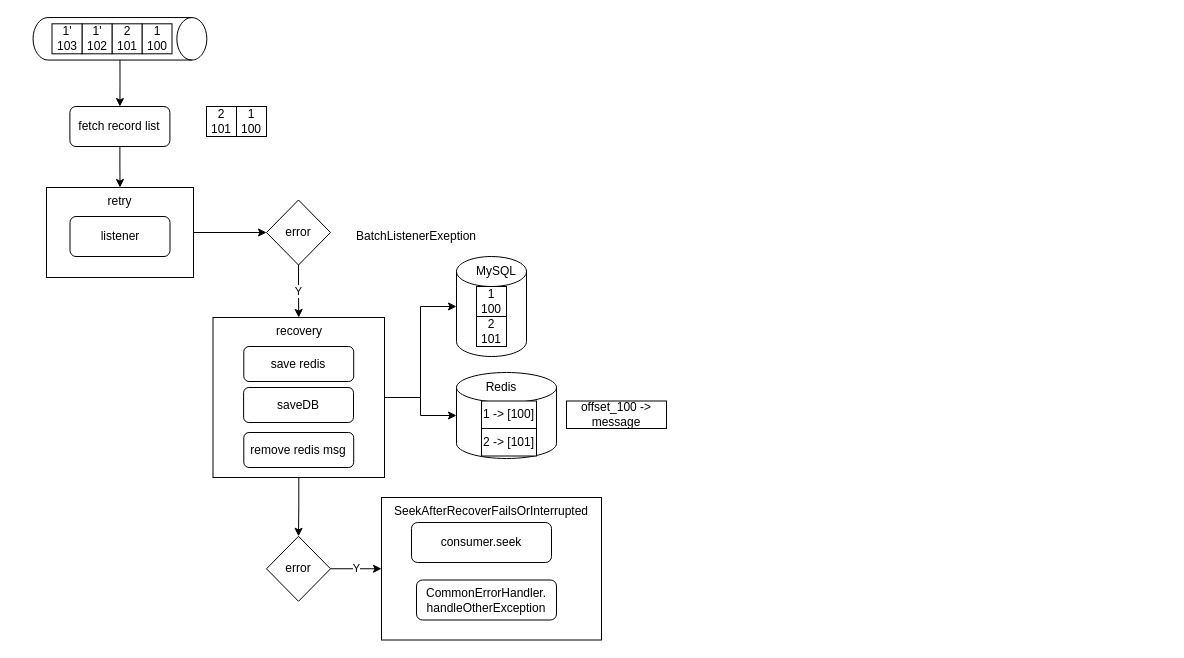
This is techlab/kafka message handler.drawio from qiufang1314/drawio, a draw.io file, before an edit. Source tidied: cells renumbered, new cells numbered last; positions are measured from the earlier drawing's top-left corner, leaving out a move shared by most shapes. Both pictures are drawn from the tidied source at 100%, with x=0, y=0 at pixel (46, -49).
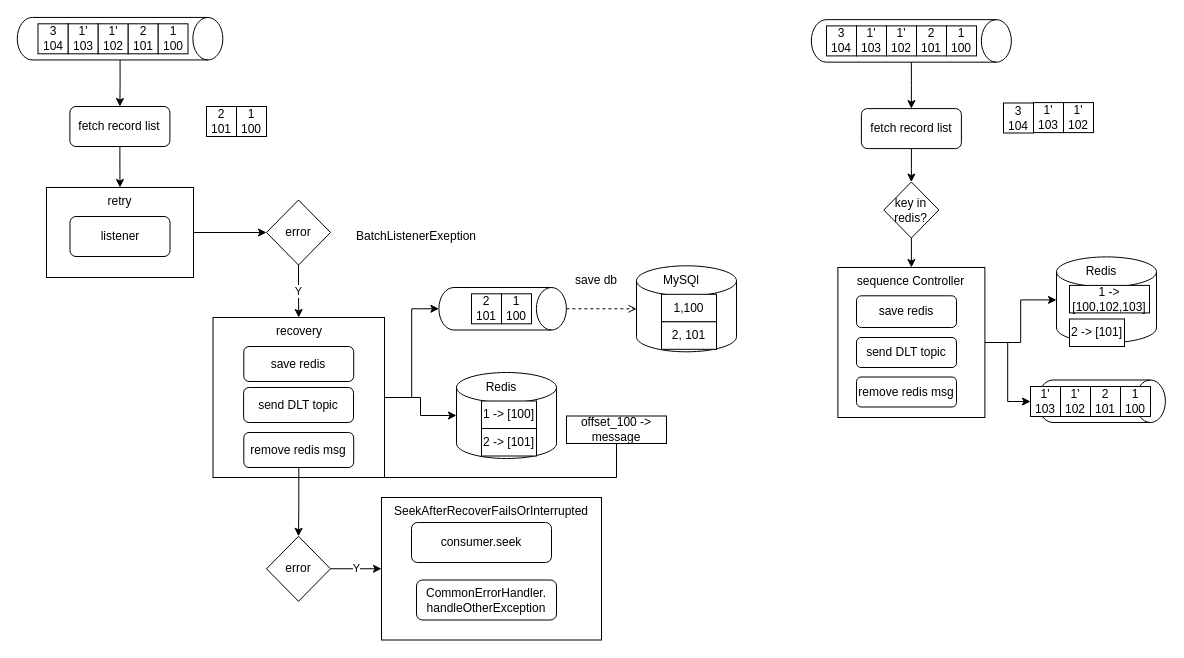
Above is the later version.

Unchanged cells that the change refers to:
```xml
<mxCell id="18" value="recovery" style="rounded=0;whiteSpace=wrap;html=1;verticalAlign=top;" parent="1" vertex="1">
  <mxGeometry x="166.5" y="366" width="171.5" height="160" as="geometry" />
</mxCell>
<mxCell id="37" value="remove redis msg" style="rounded=1;whiteSpace=wrap;html=1;" parent="1" vertex="1">
  <mxGeometry x="197.3" y="481" width="109.9" height="35" as="geometry" />
</mxCell>
```

What changed in the source:
```diff
@@
     <mxCell id="3" style="shape=cylinder3;whiteSpace=wrap;html=1;boundedLbl=1;backgroundOutline=1;size=15;rotation=90;" parent="1" vertex="1">
-      <mxGeometry x="52.2" y="0.4" width="42.5" height="173.8" as="geometry" />
+      <mxGeometry x="52.3" y="-15.6" width="42.5" height="205.6" as="geometry" />
     </mxCell>
     <mxCell id="4" value="1&lt;div&gt;100&lt;/div&gt;" style="rounded=0;whiteSpace=wrap;html=1;" parent="1" vertex="1">
-      <mxGeometry x="95.5" y="72.3" width="30" height="30" as="geometry" />
+      <mxGeometry x="111.5" y="72.3" width="30" height="30" as="geometry" />
     </mxCell>
     <mxCell id="5" value="2&lt;br&gt;&lt;div&gt;101&lt;/div&gt;" style="rounded=0;whiteSpace=wrap;html=1;" parent="1" vertex="1">
-      <mxGeometry x="65.5" y="72.3" width="30" height="30" as="geometry" />
+      <mxGeometry x="81.5" y="72.3" width="30" height="30" as="geometry" />
     </mxCell>
     <mxCell id="6" value="1'&lt;br&gt;&lt;div&gt;102&lt;/div&gt;" style="rounded=0;whiteSpace=wrap;html=1;" parent="1" vertex="1">
-      <mxGeometry x="35.5" y="72.3" width="30" height="30" as="geometry" />
+      <mxGeometry x="51.5" y="72.3" width="30" height="30" as="geometry" />
     </mxCell>
     <mxCell id="7" value="1'&lt;br&gt;&lt;div&gt;103&lt;/div&gt;" style="rounded=0;whiteSpace=wrap;html=1;" parent="1" vertex="1">
-      <mxGeometry x="5.5" y="72.3" width="30" height="30" as="geometry" />
+      <mxGeometry x="21.5" y="72.3" width="30" height="30" as="geometry" />
     </mxCell>
@@
-    <mxCell id="10" style="shape=cylinder3;whiteSpace=wrap;html=1;boundedLbl=1;backgroundOutline=1;size=15;" parent="1" vertex="1">
-      <mxGeometry x="410" y="305" width="70" height="100" as="geometry" />
-    </mxCell>
@@
-    <mxCell id="16" style="edgeStyle=orthogonalEdgeStyle;rounded=0;jettySize=auto;html=1;" parent="1" edge="1" source="18" target="10">
-      <mxGeometry relative="1" as="geometry" />
-    </mxCell>
@@
-    <mxCell id="19" value="saveDB" style="rounded=1;whiteSpace=wrap;html=1;" parent="1" vertex="1">
+    <mxCell id="19" value="send DLT topic" style="rounded=1;whiteSpace=wrap;html=1;" parent="1" vertex="1">
       <mxGeometry x="197.1" y="436" width="109.9" height="35" as="geometry" />
     </mxCell>
@@
-    <mxCell id="23" value="1&lt;div&gt;100&lt;/div&gt;" style="rounded=0;whiteSpace=wrap;html=1;" parent="1" vertex="1">
-      <mxGeometry x="430" y="335" width="30" height="30" as="geometry" />
-    </mxCell>
-    <mxCell id="24" value="2&lt;br&gt;&lt;div&gt;101&lt;/div&gt;" style="rounded=0;whiteSpace=wrap;html=1;" parent="1" vertex="1">
-      <mxGeometry x="430" y="365" width="30" height="30" as="geometry" />
-    </mxCell>
@@
-    <mxCell id="31" value="MySQL" style="text;html=1;align=center;verticalAlign=middle;whiteSpace=wrap;rounded=0;" parent="1" vertex="1">
-      <mxGeometry x="420" y="305" width="60" height="30" as="geometry" />
-    </mxCell>
@@
+    <mxCell id="39" style="edgeStyle=orthogonalEdgeStyle;rounded=0;jettySize=auto;html=1;entryX=0.5;entryY=1;entryDx=0;entryDy=0;" parent="1" edge="1" source="37" target="38">
+      <mxGeometry relative="1" as="geometry">
+        <Array as="points">
+          <mxPoint x="252" y="526" />
+          <mxPoint x="570" y="526" />
+          <mxPoint x="570" y="481" />
+        </Array>
+      </mxGeometry>
+    </mxCell>
@@
     <mxCell id="38" value="offset_100 -&amp;gt; message" style="rounded=0;whiteSpace=wrap;html=1;" parent="1" vertex="1">
-      <mxGeometry x="520" y="449.5" width="100" height="27.5" as="geometry" />
+      <mxGeometry x="520" y="464.5" width="100" height="27.5" as="geometry" />
     </mxCell>
+    <mxCell id="40" style="edgeStyle=orthogonalEdgeStyle;rounded=0;jettySize=auto;html=1;entryX=0.5;entryY=0;entryDx=0;entryDy=0;" parent="1" edge="1" source="41" target="49">
+      <mxGeometry relative="1" as="geometry" />
+    </mxCell>
+    <mxCell id="41" style="shape=cylinder3;whiteSpace=wrap;html=1;boundedLbl=1;backgroundOutline=1;size=15;rotation=90;" parent="1" vertex="1">
+      <mxGeometry x="843.6" y="-10.6" width="42.5" height="200" as="geometry" />
+    </mxCell>
+    <mxCell id="42" value="1&lt;div&gt;100&lt;/div&gt;" style="rounded=0;whiteSpace=wrap;html=1;" parent="1" vertex="1">
+      <mxGeometry x="900" y="74.4" width="30" height="30" as="geometry" />
+    </mxCell>
+    <mxCell id="43" value="2&lt;br&gt;&lt;div&gt;101&lt;/div&gt;" style="rounded=0;whiteSpace=wrap;html=1;" parent="1" vertex="1">
+      <mxGeometry x="870" y="74.4" width="30" height="30" as="geometry" />
+    </mxCell>
+    <mxCell id="44" value="1'&lt;br&gt;&lt;div&gt;102&lt;/div&gt;" style="rounded=0;whiteSpace=wrap;html=1;" parent="1" vertex="1">
+      <mxGeometry x="840" y="74.4" width="30" height="30" as="geometry" />
+    </mxCell>
+    <mxCell id="45" value="1'&lt;br&gt;&lt;div&gt;103&lt;/div&gt;" style="rounded=0;whiteSpace=wrap;html=1;" parent="1" vertex="1">
+      <mxGeometry x="810" y="74.4" width="30" height="30" as="geometry" />
+    </mxCell>
+    <mxCell id="46" value="1'&lt;div&gt;102&lt;/div&gt;" style="rounded=0;whiteSpace=wrap;html=1;" parent="1" vertex="1">
+      <mxGeometry x="1017" y="151.1" width="30" height="30" as="geometry" />
+    </mxCell>
+    <mxCell id="47" value="1'&lt;br&gt;&lt;div&gt;103&lt;/div&gt;" style="rounded=0;whiteSpace=wrap;html=1;" parent="1" vertex="1">
+      <mxGeometry x="987" y="151.1" width="30" height="30" as="geometry" />
+    </mxCell>
+    <mxCell id="48" style="edgeStyle=orthogonalEdgeStyle;rounded=0;jettySize=auto;html=1;" parent="1" edge="1" source="49" target="70">
+      <mxGeometry relative="1" as="geometry" />
+    </mxCell>
+    <mxCell id="49" value="fetch record list" style="rounded=1;whiteSpace=wrap;html=1;" parent="1" vertex="1">
+      <mxGeometry x="814.9" y="157.1" width="100" height="40" as="geometry" />
+    </mxCell>
+    <mxCell id="50" value="3&lt;br&gt;&lt;div&gt;104&lt;/div&gt;" style="rounded=0;whiteSpace=wrap;html=1;" parent="1" vertex="1">
+      <mxGeometry x="-8.5" y="72.3" width="30" height="30" as="geometry" />
+    </mxCell>
+    <mxCell id="51" value="3&lt;br&gt;&lt;div&gt;104&lt;/div&gt;" style="rounded=0;whiteSpace=wrap;html=1;" parent="1" vertex="1">
+      <mxGeometry x="780" y="74.4" width="30" height="30" as="geometry" />
+    </mxCell>
+    <mxCell id="52" value="3&lt;br&gt;&lt;div&gt;104&lt;/div&gt;" style="rounded=0;whiteSpace=wrap;html=1;" parent="1" vertex="1">
+      <mxGeometry x="957" y="151.5" width="30" height="30" as="geometry" />
+    </mxCell>
+    <mxCell id="53" style="shape=cylinder3;whiteSpace=wrap;html=1;boundedLbl=1;backgroundOutline=1;size=15;" parent="1" vertex="1">
+      <mxGeometry x="1010" y="305.4" width="100" height="86" as="geometry" />
+    </mxCell>
+    <mxCell id="54" value="Redis" style="text;html=1;align=center;verticalAlign=middle;whiteSpace=wrap;rounded=0;" parent="1" vertex="1">
+      <mxGeometry x="1020" y="305.4" width="70" height="30" as="geometry" />
+    </mxCell>
+    <mxCell id="55" value="1 -&amp;gt; [100,102,103]" style="rounded=0;whiteSpace=wrap;html=1;" parent="1" vertex="1">
+      <mxGeometry x="1023" y="333.9" width="80" height="27.5" as="geometry" />
+    </mxCell>
+    <mxCell id="56" value="2 -&amp;gt; [101]" style="rounded=0;whiteSpace=wrap;html=1;" parent="1" vertex="1">
+      <mxGeometry x="1023" y="367.5" width="55" height="27.5" as="geometry" />
+    </mxCell>
+    <mxCell id="57" style="edgeStyle=orthogonalEdgeStyle;rounded=0;jettySize=auto;html=1;" parent="1" edge="1" source="58" target="77">
+      <mxGeometry relative="1" as="geometry" />
+    </mxCell>
+    <mxCell id="58" value="sequence Controller" style="rounded=0;whiteSpace=wrap;html=1;verticalAlign=top;" parent="1" vertex="1">
+      <mxGeometry x="791.4" y="316" width="147" height="150" as="geometry" />
+    </mxCell>
+    <mxCell id="59" style="shape=cylinder3;whiteSpace=wrap;html=1;boundedLbl=1;backgroundOutline=1;size=15;rotation=90;" parent="1" vertex="1">
+      <mxGeometry x="434.9" y="293.5" width="42.5" height="127.5" as="geometry" />
+    </mxCell>
+    <mxCell id="60" value="1&lt;div&gt;100&lt;/div&gt;" style="rounded=0;whiteSpace=wrap;html=1;" parent="1" vertex="1">
+      <mxGeometry x="455" y="342.3" width="30" height="30" as="geometry" />
+    </mxCell>
+    <mxCell id="61" value="2&lt;br&gt;&lt;div&gt;101&lt;/div&gt;" style="rounded=0;whiteSpace=wrap;html=1;" parent="1" vertex="1">
+      <mxGeometry x="425" y="342.3" width="30" height="30" as="geometry" />
+    </mxCell>
+    <mxCell id="62" style="edgeStyle=orthogonalEdgeStyle;rounded=0;jettySize=auto;html=1;entryX=0.5;entryY=1;entryDx=0;entryDy=0;entryPerimeter=0;" parent="1" edge="1" source="18" target="59">
+      <mxGeometry relative="1" as="geometry" />
+    </mxCell>
+    <mxCell id="63" style="shape=cylinder3;whiteSpace=wrap;html=1;boundedLbl=1;backgroundOutline=1;size=15;" parent="1" vertex="1">
+      <mxGeometry x="590" y="314.3" width="100" height="86" as="geometry" />
+    </mxCell>
+    <mxCell id="64" value="MySQl" style="text;html=1;align=center;verticalAlign=middle;whiteSpace=wrap;rounded=0;" parent="1" vertex="1">
+      <mxGeometry x="600" y="314.3" width="70" height="30" as="geometry" />
+    </mxCell>
+    <mxCell id="65" value="1,100" style="rounded=0;whiteSpace=wrap;html=1;" parent="1" vertex="1">
+      <mxGeometry x="615" y="342.8" width="55" height="27.5" as="geometry" />
+    </mxCell>
+    <mxCell id="66" value="2, 101" style="rounded=0;whiteSpace=wrap;html=1;" parent="1" vertex="1">
+      <mxGeometry x="615" y="370.3" width="55" height="27.5" as="geometry" />
+    </mxCell>
+    <mxCell id="67" style="edgeStyle=orthogonalEdgeStyle;rounded=0;jettySize=auto;html=1;entryX=0;entryY=0.5;entryDx=0;entryDy=0;entryPerimeter=0;dashed=1;endArrow=open;endFill=0;" parent="1" edge="1" source="59" target="63">
+      <mxGeometry relative="1" as="geometry" />
+    </mxCell>
+    <mxCell id="68" value="save db" style="text;html=1;align=center;verticalAlign=middle;whiteSpace=wrap;rounded=0;" parent="1" vertex="1">
+      <mxGeometry x="520" y="314" width="60" height="30" as="geometry" />
+    </mxCell>
+    <mxCell id="69" style="edgeStyle=orthogonalEdgeStyle;rounded=0;jettySize=auto;html=1;" parent="1" edge="1" source="70" target="58">
+      <mxGeometry relative="1" as="geometry" />
+    </mxCell>
+    <mxCell id="70" value="key in redis?" style="rhombus;whiteSpace=wrap;html=1;" parent="1" vertex="1">
+      <mxGeometry x="837.3" y="230.5" width="55.1" height="56" as="geometry" />
+    </mxCell>
+    <mxCell id="71" value="save redis" style="rounded=1;whiteSpace=wrap;html=1;" parent="1" vertex="1">
+      <mxGeometry x="810" y="344.3" width="100" height="31.7" as="geometry" />
+    </mxCell>
+    <mxCell id="72" value="send DLT topic" style="rounded=1;whiteSpace=wrap;html=1;" parent="1" vertex="1">
+      <mxGeometry x="810" y="386" width="100" height="30" as="geometry" />
+    </mxCell>
+    <mxCell id="73" value="remove redis msg" style="rounded=1;whiteSpace=wrap;html=1;" parent="1" vertex="1">
+      <mxGeometry x="810" y="425.5" width="100" height="30" as="geometry" />
+    </mxCell>
+    <mxCell id="74" style="edgeStyle=orthogonalEdgeStyle;rounded=0;jettySize=auto;html=1;entryX=0;entryY=0.5;entryDx=0;entryDy=0;entryPerimeter=0;" parent="1" edge="1" source="58" target="53">
+      <mxGeometry relative="1" as="geometry" />
+    </mxCell>
+    <mxCell id="75" style="shape=cylinder3;whiteSpace=wrap;html=1;boundedLbl=1;backgroundOutline=1;size=15;rotation=90;" parent="1" vertex="1">
+      <mxGeometry x="1033.9" y="386" width="42.5" height="127.5" as="geometry" />
+    </mxCell>
+    <mxCell id="76" value="1'&lt;div&gt;102&lt;/div&gt;" style="rounded=0;whiteSpace=wrap;html=1;" parent="1" vertex="1">
+      <mxGeometry x="1014" y="435" width="30" height="30" as="geometry" />
+    </mxCell>
+    <mxCell id="77" value="1'&lt;br&gt;&lt;div&gt;103&lt;/div&gt;" style="rounded=0;whiteSpace=wrap;html=1;" parent="1" vertex="1">
+      <mxGeometry x="984" y="435" width="30" height="30" as="geometry" />
+    </mxCell>
+    <mxCell id="78" value="1&lt;div&gt;100&lt;/div&gt;" style="rounded=0;whiteSpace=wrap;html=1;" parent="1" vertex="1">
+      <mxGeometry x="1074" y="435" width="30" height="30" as="geometry" />
+    </mxCell>
+    <mxCell id="79" value="2&lt;br&gt;&lt;div&gt;101&lt;/div&gt;" style="rounded=0;whiteSpace=wrap;html=1;" parent="1" vertex="1">
+      <mxGeometry x="1044" y="435" width="30" height="30" as="geometry" />
+    </mxCell>
```
